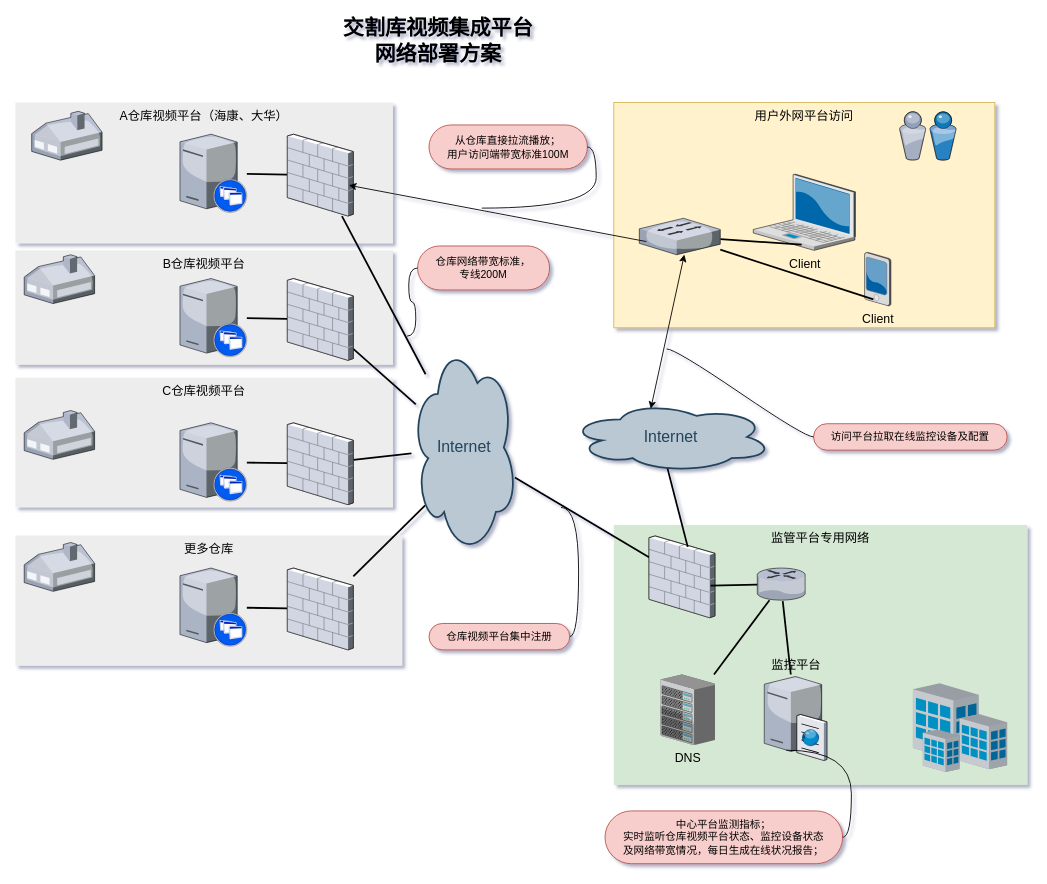
Above: 未命名绘图.drawio in papacs/autoVideo (draw.io), before the change. Source tidied: cells renumbered, new cells numbered last; positions are measured from the earlier drawing's top-left corner, leaving out a move shared by most shapes. Both pictures are drawn from the tidied source at 88%, with x=0, y=0 at pixel (15, 23).
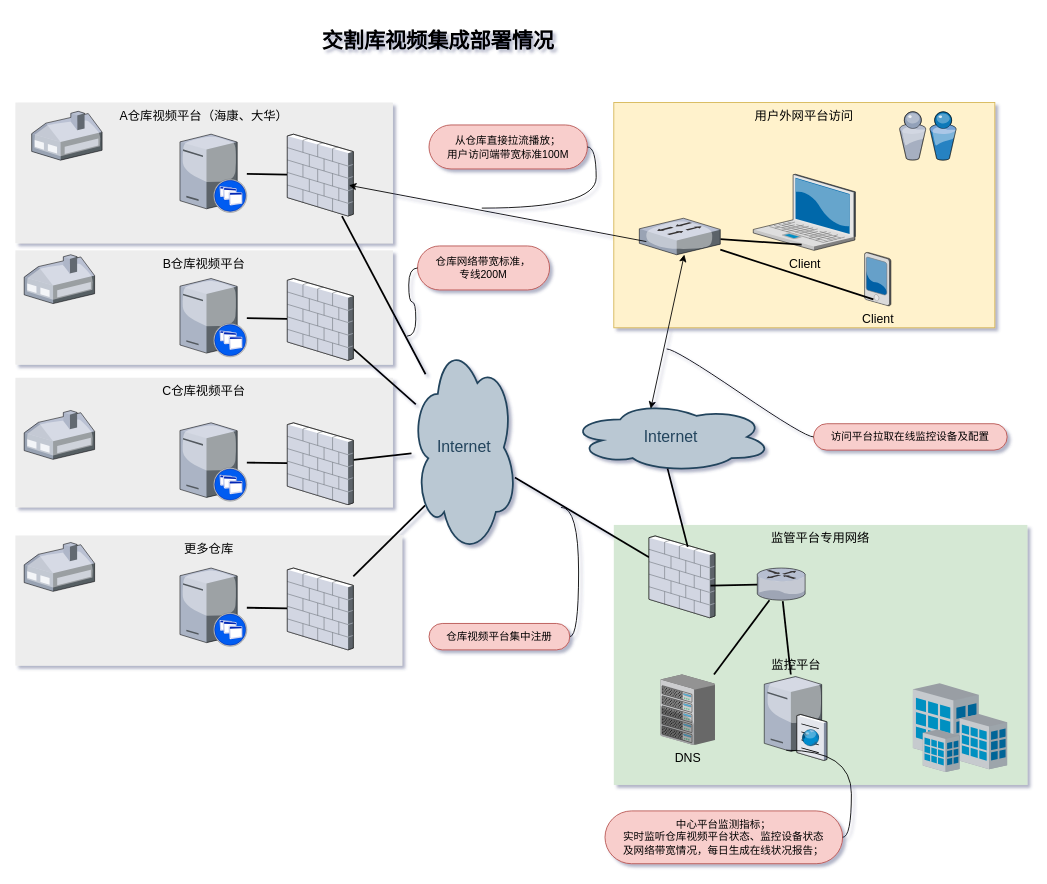
The same page after the edit.

Commit message:
更新未命名绘图.drawio

What changed in the source:
```diff
@@
-    <mxCell id="35" value="交割库视频集成平台&lt;br&gt;网络部署方案" style="text;strokeColor=none;fillColor=none;html=1;fontSize=24;fontStyle=1;verticalAlign=middle;align=center;" parent="1" vertex="1">
+    <mxCell id="35" value="交割库视频集成部署情况" style="text;strokeColor=none;fillColor=none;html=1;fontSize=24;fontStyle=1;verticalAlign=middle;align=center;" parent="1" vertex="1">
       <mxGeometry x="49" width="861" height="40" as="geometry" />
     </mxCell>
```
